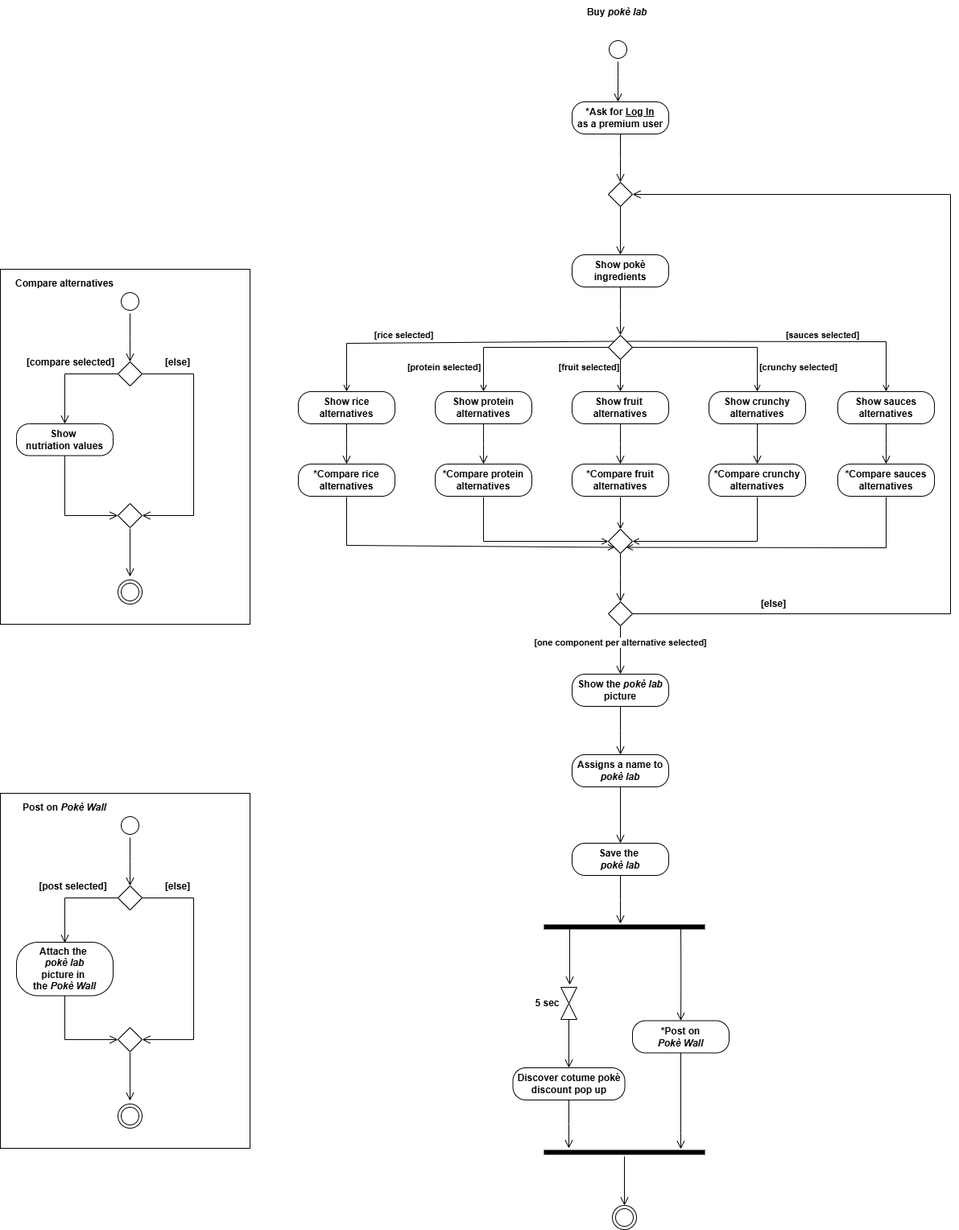
Earlier version of the draw.io export diagrams/ActivityDiagram.drawio.png (matteopinfildi/ISPW-Project). Source tidied: cells renumbered, new cells last; positions are measured from the earlier drawing's top-left corner, leaving out a move shared by most shapes.
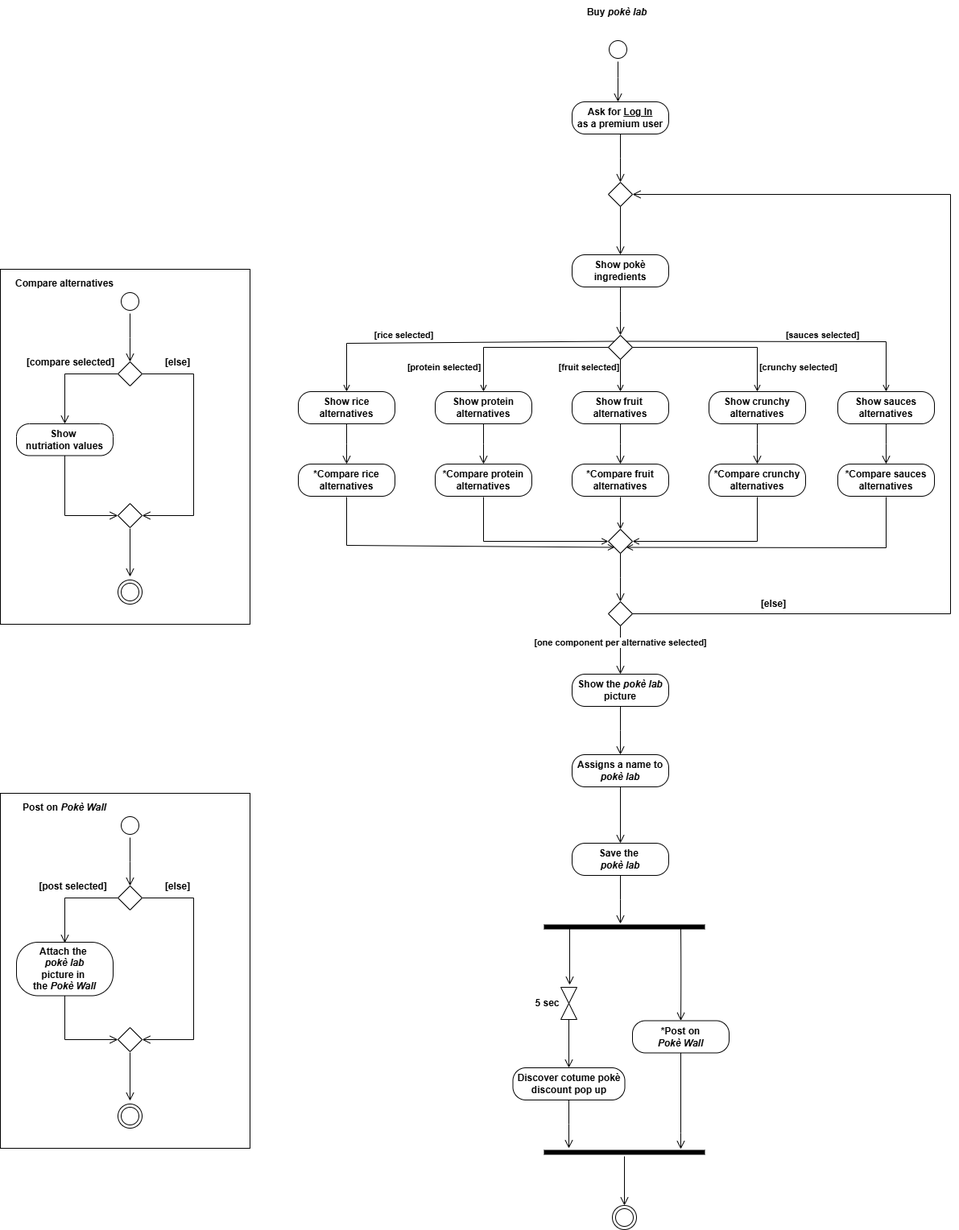
The same file after the commit.

Change to the diagram source:
```diff
@@ -17,7 +17,7 @@
         </Array>
       </mxGeometry>
     </mxCell>
-    <mxCell id="5" value="&lt;b&gt;*Ask for &lt;u&gt;Log In&lt;/u&gt;&lt;/b&gt;&lt;div&gt;&lt;b&gt;as a premium user&lt;/b&gt;&lt;/div&gt;" style="rounded=1;whiteSpace=wrap;html=1;arcSize=40;" parent="1" vertex="1">
+    <mxCell id="5" value="&lt;b&gt;Ask for &lt;u&gt;Log In&lt;/u&gt;&lt;/b&gt;&lt;div&gt;&lt;b&gt;as a premium user&lt;/b&gt;&lt;/div&gt;" style="rounded=1;whiteSpace=wrap;html=1;arcSize=40;" parent="1" vertex="1">
       <mxGeometry x="710" y="126" width="120" height="40" as="geometry" />
     </mxCell>
     <mxCell id="6" style="edgeStyle=orthogonalEdgeStyle;html=1;verticalAlign=bottom;endArrow=open;endSize=8;rounded=0;" parent="1" edge="1" source="5">
```
